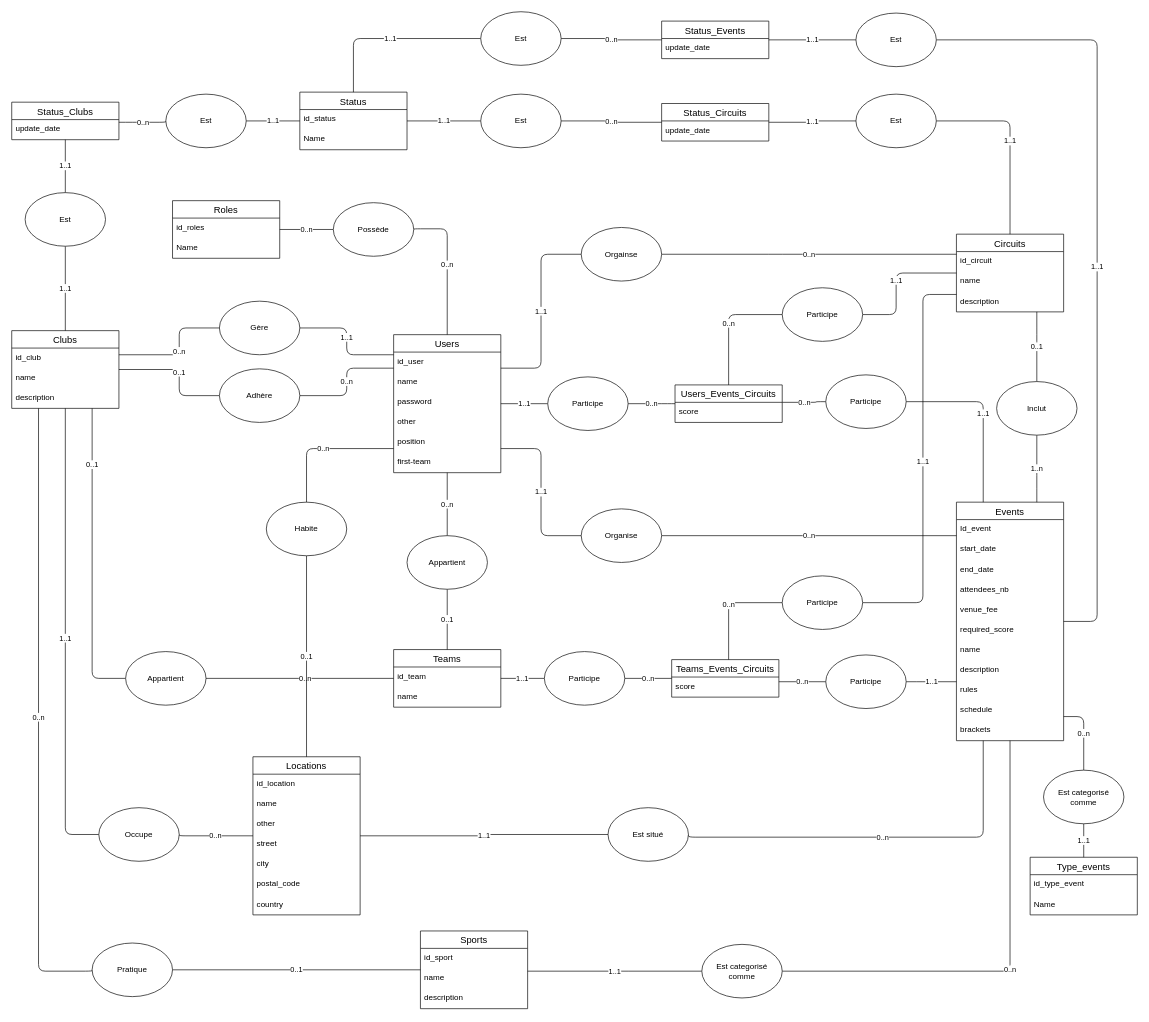
The draw.io diagram BaseDeDonnees/MCD.drawio in Naugustynowicz/Fighting_scheduler_conception, before the edit. Source tidied: cells renumbered, new cells numbered last; positions are measured from the earlier drawing's top-left corner, leaving out a move shared by most shapes. Both pictures are drawn from the tidied source at 67%, with x=0, y=0 at pixel (11, 11).
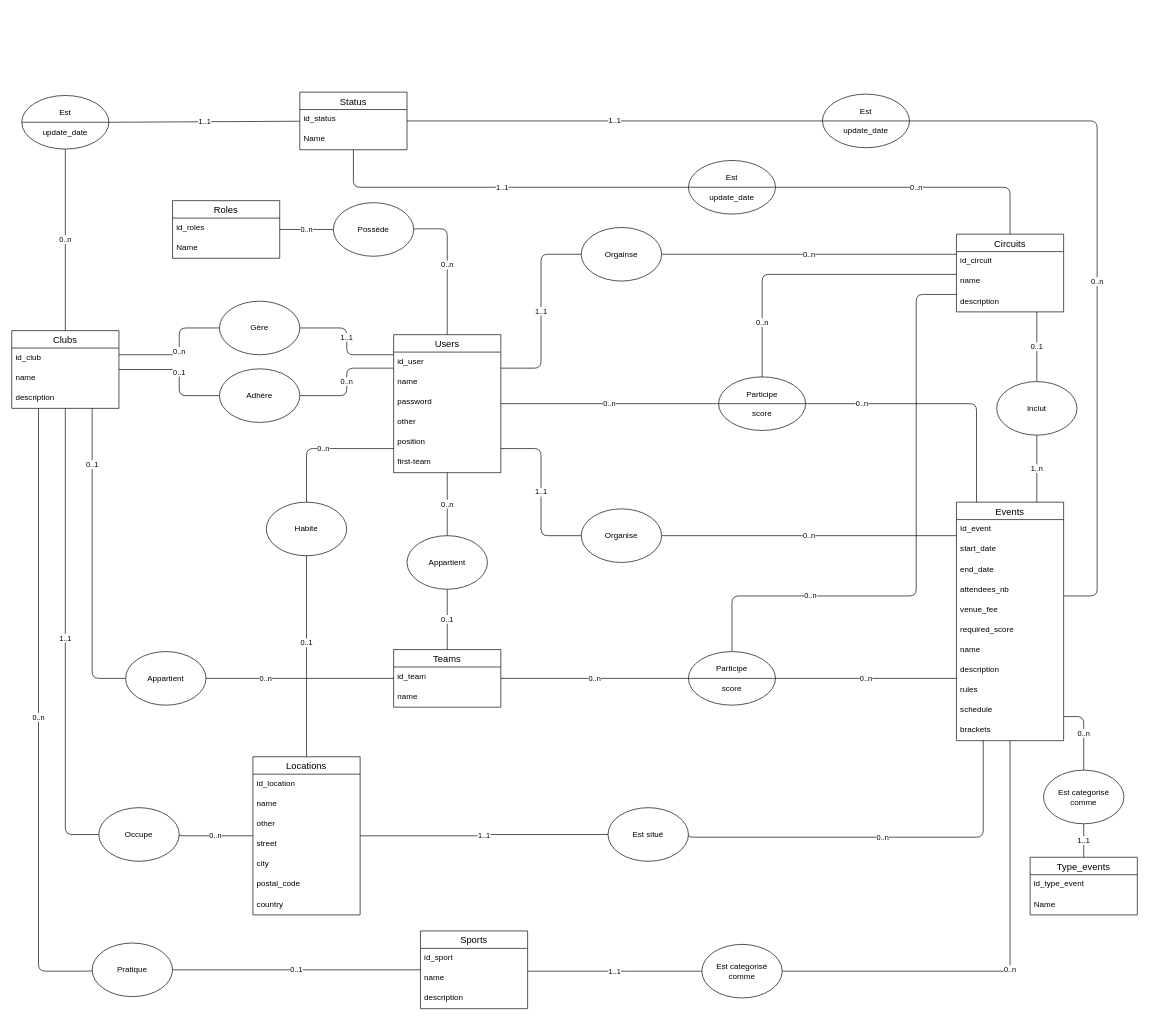
Above is the later version.

The change refers to these unchanged cells:
```xml
<mxCell id="2" value="Events" style="swimlane;fontStyle=0;horizontal=1;startSize=26;align=center;fontSize=14;" parent="1" vertex="1">
  <mxGeometry x="1410" y="732" width="160" height="356" as="geometry" />
</mxCell>
<mxCell id="14" value="Circuits" style="swimlane;fontStyle=0;horizontal=1;startSize=26;align=center;fontSize=14;" parent="1" vertex="1">
  <mxGeometry x="1410" y="332" width="160" height="116" as="geometry" />
</mxCell>
<mxCell id="18" value="Users" style="swimlane;fontStyle=0;horizontal=1;startSize=26;align=center;fontSize=14;" parent="1" vertex="1">
  <mxGeometry x="570" y="482" width="160" height="206" as="geometry" />
</mxCell>
<mxCell id="25" value="Clubs" style="swimlane;fontStyle=0;horizontal=1;startSize=26;align=center;fontSize=14;" parent="1" vertex="1">
  <mxGeometry y="476" width="160" height="116" as="geometry" />
</mxCell>
<mxCell id="29" value="Teams" style="swimlane;fontStyle=0;horizontal=1;startSize=26;align=center;fontSize=14;" parent="1" vertex="1">
  <mxGeometry x="570" y="952" width="160" height="86" as="geometry" />
</mxCell>
<mxCell id="32" value="Locations" style="swimlane;fontStyle=0;horizontal=1;startSize=26;align=center;fontSize=14;" parent="1" vertex="1">
  <mxGeometry x="360" y="1112" width="160" height="236" as="geometry" />
</mxCell>
<mxCell id="44" value="Status" style="swimlane;fontStyle=0;horizontal=1;startSize=26;align=center;fontSize=14;" parent="1" vertex="1">
  <mxGeometry x="430" y="120" width="160" height="86" as="geometry" />
</mxCell>
<mxCell id="65" value="Appartient" style="ellipse;whiteSpace=wrap;html=1;" parent="1" vertex="1">
  <mxGeometry x="170" y="955" width="120" height="80" as="geometry" />
</mxCell>
<mxCell id="131" value="Habite" style="ellipse;whiteSpace=wrap;html=1;" parent="1" vertex="1">
  <mxGeometry x="380" y="732" width="120" height="80" as="geometry" />
</mxCell>
```

What changed in the source:
```diff
@@
+    <mxCell id="141" value="0..n" style="edgeStyle=none;html=1;exitX=0.5;exitY=0;exitDx=0;exitDy=0;entryX=0.5;entryY=1;entryDx=0;entryDy=0;endArrow=none;endFill=0;" parent="1" edge="1" source="25" target="143">
+      <mxGeometry relative="1" as="geometry" />
+    </mxCell>
@@
-    <mxCell id="50" value="Users_Events_Circuits" style="swimlane;fontStyle=0;horizontal=1;startSize=26;align=center;fontSize=14;" parent="1" vertex="1">
-      <mxGeometry x="990" y="557" width="160" height="56" as="geometry" />
-    </mxCell>
-    <mxCell id="51" value="score" style="text;strokeColor=none;fillColor=none;spacingLeft=4;spacingRight=4;overflow=hidden;fontSize=12;" parent="50" vertex="1">
-      <mxGeometry y="26" width="160" height="30" as="geometry" />
-    </mxCell>
-    <mxCell id="52" value="Teams_Events_Circuits" style="swimlane;fontStyle=0;horizontal=1;startSize=26;align=center;fontSize=14;" parent="1" vertex="1">
-      <mxGeometry x="985" y="967" width="160" height="56" as="geometry" />
-    </mxCell>
-    <mxCell id="53" value="score" style="text;strokeColor=none;fillColor=none;spacingLeft=4;spacingRight=4;overflow=hidden;fontSize=12;" parent="52" vertex="1">
-      <mxGeometry y="26" width="160" height="30" as="geometry" />
-    </mxCell>
-    <mxCell id="54" value="Status_Events" style="swimlane;fontStyle=0;horizontal=1;startSize=26;align=center;fontSize=14;" parent="1" vertex="1">
-      <mxGeometry x="970" y="14" width="160" height="56" as="geometry" />
-    </mxCell>
-    <mxCell id="55" value="update_date" style="text;strokeColor=none;fillColor=none;spacingLeft=4;spacingRight=4;overflow=hidden;fontSize=12;" parent="54" vertex="1">
-      <mxGeometry y="26" width="160" height="30" as="geometry" />
-    </mxCell>
@@
-    <mxCell id="59" value="Status_Circuits" style="swimlane;fontStyle=0;horizontal=1;startSize=26;align=center;fontSize=14;" parent="1" vertex="1">
-      <mxGeometry x="970" y="137" width="160" height="56" as="geometry" />
-    </mxCell>
-    <mxCell id="60" value="update_date" style="text;strokeColor=none;fillColor=none;spacingLeft=4;spacingRight=4;overflow=hidden;fontSize=12;" parent="59" vertex="1">
-      <mxGeometry y="26" width="160" height="30" as="geometry" />
-    </mxCell>
-    <mxCell id="61" value="Status_Clubs" style="swimlane;fontStyle=0;horizontal=1;startSize=26;align=center;fontSize=14;" parent="1" vertex="1">
-      <mxGeometry y="135" width="160" height="56" as="geometry" />
-    </mxCell>
-    <mxCell id="62" value="update_date" style="text;strokeColor=none;fillColor=none;spacingLeft=4;spacingRight=4;overflow=hidden;fontSize=12;" parent="61" vertex="1">
-      <mxGeometry y="26" width="160" height="30" as="geometry" />
-    </mxCell>
     <mxCell id="63" value="0..n" style="edgeStyle=orthogonalEdgeStyle;html=1;exitX=1;exitY=0.5;exitDx=0;exitDy=0;startArrow=none;startFill=0;endArrow=none;endFill=0;startSize=10;endSize=10;" parent="1" edge="1" source="65" target="29">
-      <mxGeometry x="0.06" relative="1" as="geometry" />
+      <mxGeometry x="-0.36" relative="1" as="geometry">
+        <mxPoint x="-1" as="offset" />
+      </mxGeometry>
     </mxCell>
@@
-    <mxCell id="72" value="1..1" style="edgeStyle=orthogonalEdgeStyle;html=1;exitX=0.5;exitY=0;exitDx=0;exitDy=0;startArrow=none;startFill=0;endArrow=none;endFill=0;startSize=10;endSize=10;" parent="1" edge="1" source="74" target="61">
-      <mxGeometry relative="1" as="geometry" />
-    </mxCell>
-    <mxCell id="73" value="1..1" style="edgeStyle=orthogonalEdgeStyle;html=1;exitX=0.5;exitY=1;exitDx=0;exitDy=0;startArrow=none;startFill=0;endArrow=none;endFill=0;startSize=10;endSize=10;" parent="1" edge="1" source="74" target="25">
-      <mxGeometry relative="1" as="geometry" />
-    </mxCell>
-    <mxCell id="74" value="Est" style="ellipse;whiteSpace=wrap;html=1;" parent="1" vertex="1">
-      <mxGeometry x="20" y="270" width="120" height="80" as="geometry" />
-    </mxCell>
-    <mxCell id="75" value="0..n" style="edgeStyle=orthogonalEdgeStyle;html=1;exitX=0;exitY=0.5;exitDx=0;exitDy=0;startArrow=none;startFill=0;endArrow=none;endFill=0;startSize=10;endSize=10;" parent="1" edge="1" source="77" target="61">
-      <mxGeometry relative="1" as="geometry">
-        <Array as="points">
-          <mxPoint x="180" y="165" />
-          <mxPoint x="180" y="165" />
-        </Array>
-      </mxGeometry>
-    </mxCell>
-    <mxCell id="76" value="1..1" style="edgeStyle=orthogonalEdgeStyle;html=1;startArrow=none;startFill=0;endArrow=none;endFill=0;startSize=10;endSize=10;" parent="1" edge="1" source="77" target="44">
-      <mxGeometry relative="1" as="geometry" />
-    </mxCell>
-    <mxCell id="77" value="Est" style="ellipse;whiteSpace=wrap;html=1;" parent="1" vertex="1">
-      <mxGeometry x="230" y="123" width="120" height="80" as="geometry" />
-    </mxCell>
-    <mxCell id="78" value="1..1" style="edgeStyle=orthogonalEdgeStyle;html=1;exitX=0;exitY=0.5;exitDx=0;exitDy=0;startArrow=none;startFill=0;endArrow=none;endFill=0;startSize=10;endSize=10;" parent="1" edge="1" source="80" target="44">
-      <mxGeometry relative="1" as="geometry" />
-    </mxCell>
-    <mxCell id="79" value="0..n" style="edgeStyle=orthogonalEdgeStyle;html=1;exitX=1;exitY=0.5;exitDx=0;exitDy=0;startArrow=none;startFill=0;endArrow=none;endFill=0;startSize=10;endSize=10;" parent="1" edge="1" source="80" target="54">
-      <mxGeometry relative="1" as="geometry" />
-    </mxCell>
-    <mxCell id="80" value="Est" style="ellipse;whiteSpace=wrap;html=1;" parent="1" vertex="1">
-      <mxGeometry x="700" width="120" height="80" as="geometry" />
-    </mxCell>
-    <mxCell id="81" value="1..1" style="edgeStyle=orthogonalEdgeStyle;html=1;exitX=0;exitY=0.5;exitDx=0;exitDy=0;startArrow=none;startFill=0;endArrow=none;endFill=0;startSize=10;endSize=10;" parent="1" edge="1" source="83" target="44">
-      <mxGeometry relative="1" as="geometry" />
-    </mxCell>
-    <mxCell id="82" value="0..n" style="edgeStyle=orthogonalEdgeStyle;html=1;exitX=1;exitY=0.5;exitDx=0;exitDy=0;startArrow=none;startFill=0;endArrow=none;endFill=0;startSize=10;endSize=10;" parent="1" edge="1" source="83" target="59">
-      <mxGeometry relative="1" as="geometry" />
-    </mxCell>
-    <mxCell id="83" value="Est" style="ellipse;whiteSpace=wrap;html=1;" parent="1" vertex="1">
-      <mxGeometry x="700" y="123" width="120" height="80" as="geometry" />
-    </mxCell>
-    <mxCell id="84" value="1..1" style="edgeStyle=orthogonalEdgeStyle;html=1;exitX=0;exitY=0.5;exitDx=0;exitDy=0;startArrow=none;startFill=0;endArrow=none;endFill=0;startSize=10;endSize=10;" parent="1" edge="1" source="86" target="59">
-      <mxGeometry relative="1" as="geometry" />
-    </mxCell>
-    <mxCell id="85" value="1..1" style="edgeStyle=orthogonalEdgeStyle;html=1;exitX=1;exitY=0.5;exitDx=0;exitDy=0;startArrow=none;startFill=0;endArrow=none;endFill=0;startSize=10;endSize=10;" parent="1" edge="1" source="86" target="14">
-      <mxGeometry relative="1" as="geometry">
-        <Array as="points">
-          <mxPoint x="1490" y="163" />
-        </Array>
-      </mxGeometry>
-    </mxCell>
-    <mxCell id="86" value="Est" style="ellipse;whiteSpace=wrap;html=1;" parent="1" vertex="1">
-      <mxGeometry x="1260" y="123" width="120" height="80" as="geometry" />
-    </mxCell>
-    <mxCell id="87" value="1..1" style="edgeStyle=orthogonalEdgeStyle;html=1;exitX=0;exitY=0.5;exitDx=0;exitDy=0;startArrow=none;startFill=0;endArrow=none;endFill=0;startSize=10;endSize=10;" parent="1" edge="1" source="89" target="54">
-      <mxGeometry relative="1" as="geometry" />
-    </mxCell>
-    <mxCell id="88" value="1..1" style="edgeStyle=orthogonalEdgeStyle;html=1;exitX=1;exitY=0.5;exitDx=0;exitDy=0;startArrow=none;startFill=0;endArrow=none;endFill=0;startSize=10;endSize=10;" parent="1" edge="1" source="89" target="2">
-      <mxGeometry relative="1" as="geometry">
-        <Array as="points">
-          <mxPoint x="1620" y="42" />
-          <mxPoint x="1620" y="910" />
-        </Array>
-      </mxGeometry>
-    </mxCell>
-    <mxCell id="89" value="Est" style="ellipse;whiteSpace=wrap;html=1;" parent="1" vertex="1">
-      <mxGeometry x="1260" y="2" width="120" height="80" as="geometry" />
-    </mxCell>
@@
-    <mxCell id="105" value="0..n" style="edgeStyle=orthogonalEdgeStyle;html=1;exitX=0;exitY=0.5;exitDx=0;exitDy=0;startArrow=none;startFill=0;endArrow=none;endFill=0;startSize=10;endSize=10;" parent="1" edge="1" source="107" target="52">
-      <mxGeometry relative="1" as="geometry">
-        <Array as="points">
-          <mxPoint x="1125" y="1000" />
-          <mxPoint x="1125" y="1000" />
-        </Array>
-      </mxGeometry>
-    </mxCell>
-    <mxCell id="106" value="1..1" style="edgeStyle=orthogonalEdgeStyle;html=1;exitX=1;exitY=0.5;exitDx=0;exitDy=0;startArrow=none;startFill=0;endArrow=none;endFill=0;startSize=10;endSize=10;" parent="1" edge="1" source="107" target="2">
-      <mxGeometry relative="1" as="geometry">
-        <Array as="points">
-          <mxPoint x="1360" y="1000" />
-          <mxPoint x="1360" y="1000" />
-        </Array>
-      </mxGeometry>
-    </mxCell>
-    <mxCell id="107" value="Participe" style="ellipse;whiteSpace=wrap;html=1;" parent="1" vertex="1">
-      <mxGeometry x="1215" y="960" width="120" height="80" as="geometry" />
-    </mxCell>
@@
-    <mxCell id="114" value="0..n" style="edgeStyle=orthogonalEdgeStyle;html=1;exitX=0;exitY=0.5;exitDx=0;exitDy=0;startArrow=none;startFill=0;endArrow=none;endFill=0;startSize=10;endSize=10;" parent="1" edge="1" source="116" target="50">
-      <mxGeometry relative="1" as="geometry">
-        <Array as="points">
-          <mxPoint x="1200" y="583" />
-        </Array>
-      </mxGeometry>
-    </mxCell>
-    <mxCell id="115" value="1..1" style="edgeStyle=orthogonalEdgeStyle;html=1;exitX=1;exitY=0.5;exitDx=0;exitDy=0;startArrow=none;startFill=0;endArrow=none;endFill=0;startSize=10;endSize=10;" parent="1" edge="1" source="116" target="2">
-      <mxGeometry relative="1" as="geometry">
-        <Array as="points">
-          <mxPoint x="1450" y="582" />
-        </Array>
-      </mxGeometry>
-    </mxCell>
-    <mxCell id="116" value="Participe" style="ellipse;whiteSpace=wrap;html=1;" parent="1" vertex="1">
-      <mxGeometry x="1215" y="542" width="120" height="80" as="geometry" />
-    </mxCell>
-    <mxCell id="117" value="1..1" style="edgeStyle=orthogonalEdgeStyle;html=1;exitX=0;exitY=0.5;exitDx=0;exitDy=0;startArrow=none;startFill=0;endArrow=none;endFill=0;startSize=10;endSize=10;" parent="1" edge="1" source="119" target="18">
-      <mxGeometry relative="1" as="geometry">
-        <Array as="points">
-          <mxPoint x="780" y="585" />
-          <mxPoint x="780" y="585" />
-        </Array>
-      </mxGeometry>
-    </mxCell>
-    <mxCell id="118" value="0..n" style="edgeStyle=orthogonalEdgeStyle;html=1;startArrow=none;startFill=0;endArrow=none;endFill=0;startSize=10;endSize=10;" parent="1" edge="1" source="119" target="50">
-      <mxGeometry relative="1" as="geometry">
-        <Array as="points">
-          <mxPoint x="980" y="585" />
-          <mxPoint x="980" y="585" />
-        </Array>
-      </mxGeometry>
-    </mxCell>
-    <mxCell id="119" value="Participe" style="ellipse;whiteSpace=wrap;html=1;" parent="1" vertex="1">
-      <mxGeometry x="800" y="545" width="120" height="80" as="geometry" />
-    </mxCell>
-    <mxCell id="120" value="1..1" style="edgeStyle=orthogonalEdgeStyle;html=1;exitX=1;exitY=0.5;exitDx=0;exitDy=0;startArrow=none;startFill=0;endArrow=none;endFill=0;startSize=10;endSize=10;" parent="1" edge="1" source="122" target="14">
-      <mxGeometry relative="1" as="geometry">
-        <Array as="points">
-          <mxPoint x="1320" y="452" />
-          <mxPoint x="1320" y="390" />
-        </Array>
-      </mxGeometry>
-    </mxCell>
-    <mxCell id="121" value="0..n" style="edgeStyle=orthogonalEdgeStyle;html=1;exitX=0;exitY=0.5;exitDx=0;exitDy=0;startArrow=none;startFill=0;endArrow=none;endFill=0;startSize=10;endSize=10;" parent="1" edge="1" source="122" target="50">
-      <mxGeometry relative="1" as="geometry" />
-    </mxCell>
-    <mxCell id="122" value="Participe" style="ellipse;whiteSpace=wrap;html=1;" parent="1" vertex="1">
-      <mxGeometry x="1150" y="412" width="120" height="80" as="geometry" />
-    </mxCell>
-    <mxCell id="123" value="0..n" style="edgeStyle=orthogonalEdgeStyle;html=1;startArrow=none;startFill=0;endArrow=none;endFill=0;startSize=10;endSize=10;" parent="1" edge="1" source="125" target="52">
-      <mxGeometry relative="1" as="geometry">
-        <Array as="points">
-          <mxPoint x="1070" y="882" />
-        </Array>
-      </mxGeometry>
-    </mxCell>
-    <mxCell id="124" value="1..1" style="edgeStyle=orthogonalEdgeStyle;html=1;startArrow=none;startFill=0;endArrow=none;endFill=0;startSize=10;endSize=10;" parent="1" edge="1" source="125" target="14">
-      <mxGeometry relative="1" as="geometry">
-        <Array as="points">
-          <mxPoint x="1360" y="882" />
-          <mxPoint x="1360" y="422" />
-        </Array>
-      </mxGeometry>
-    </mxCell>
-    <mxCell id="125" value="Participe" style="ellipse;whiteSpace=wrap;html=1;" parent="1" vertex="1">
-      <mxGeometry x="1150" y="842" width="120" height="80" as="geometry" />
-    </mxCell>
-    <mxCell id="126" value="1..1" style="edgeStyle=orthogonalEdgeStyle;html=1;exitX=0;exitY=0.5;exitDx=0;exitDy=0;startArrow=none;startFill=0;endArrow=none;endFill=0;startSize=10;endSize=10;" parent="1" edge="1" source="128" target="29">
-      <mxGeometry relative="1" as="geometry" />
-    </mxCell>
-    <mxCell id="127" value="0..n" style="edgeStyle=orthogonalEdgeStyle;html=1;exitX=1;exitY=0.5;exitDx=0;exitDy=0;startArrow=none;startFill=0;endArrow=none;endFill=0;startSize=10;endSize=10;" parent="1" edge="1" source="128" target="52">
-      <mxGeometry relative="1" as="geometry" />
-    </mxCell>
-    <mxCell id="128" value="Participe" style="ellipse;whiteSpace=wrap;html=1;" parent="1" vertex="1">
-      <mxGeometry x="795" y="955" width="120" height="80" as="geometry" />
-    </mxCell>
@@
     <mxCell id="130" value="0..1" style="edgeStyle=orthogonalEdgeStyle;html=1;exitX=0.5;exitY=1;exitDx=0;exitDy=0;startArrow=none;startFill=0;endArrow=none;endFill=0;startSize=10;endSize=10;" parent="1" edge="1" source="131" target="32">
-      <mxGeometry relative="1" as="geometry" />
+      <mxGeometry x="-0.13" relative="1" as="geometry">
+        <mxPoint y="-1" as="offset" />
+      </mxGeometry>
     </mxCell>
@@
+    <mxCell id="142" value="1..1" style="edgeStyle=none;html=1;exitX=1;exitY=0.5;exitDx=0;exitDy=0;endArrow=none;endFill=0;" parent="1" edge="1" source="143" target="44">
+      <mxGeometry relative="1" as="geometry" />
+    </mxCell>
+    <mxCell id="143" value="Est&lt;div&gt;&lt;br&gt;&lt;/div&gt;&lt;div&gt;update_date&lt;/div&gt;" style="shape=lineEllipse;perimeter=ellipsePerimeter;whiteSpace=wrap;html=1;backgroundOutline=1;" parent="1" vertex="1">
+      <mxGeometry x="15" y="125" width="130" height="80" as="geometry" />
+    </mxCell>
+    <mxCell id="144" value="1..1" style="edgeStyle=orthogonalEdgeStyle;html=1;exitX=0;exitY=0.5;exitDx=0;exitDy=0;endArrow=none;endFill=0;" parent="1" edge="1" source="146" target="44">
+      <mxGeometry relative="1" as="geometry" />
+    </mxCell>
+    <mxCell id="145" value="0..n" style="edgeStyle=orthogonalEdgeStyle;html=1;exitX=1;exitY=0.5;exitDx=0;exitDy=0;endArrow=none;endFill=0;" parent="1" edge="1" source="146" target="14">
+      <mxGeometry relative="1" as="geometry" />
+    </mxCell>
+    <mxCell id="146" value="Est&lt;div&gt;&lt;br&gt;&lt;/div&gt;&lt;div&gt;update_date&lt;/div&gt;" style="shape=lineEllipse;perimeter=ellipsePerimeter;whiteSpace=wrap;html=1;backgroundOutline=1;" parent="1" vertex="1">
+      <mxGeometry x="1010" y="222" width="130" height="80" as="geometry" />
+    </mxCell>
+    <mxCell id="147" value="0..n" style="edgeStyle=orthogonalEdgeStyle;html=1;exitX=1;exitY=0.5;exitDx=0;exitDy=0;endArrow=none;endFill=0;" parent="1" edge="1" source="149" target="2">
+      <mxGeometry relative="1" as="geometry">
+        <Array as="points">
+          <mxPoint x="1620" y="163" />
+          <mxPoint x="1620" y="872" />
+        </Array>
+      </mxGeometry>
+    </mxCell>
+    <mxCell id="148" value="1..1" style="edgeStyle=orthogonalEdgeStyle;html=1;exitX=0;exitY=0.5;exitDx=0;exitDy=0;endArrow=none;endFill=0;" parent="1" edge="1" source="149" target="44">
+      <mxGeometry relative="1" as="geometry">
+        <Array as="points">
+          <mxPoint x="1110" y="163" />
+          <mxPoint x="1110" y="163" />
+        </Array>
+      </mxGeometry>
+    </mxCell>
+    <mxCell id="149" value="Est&lt;div&gt;&lt;br&gt;&lt;/div&gt;&lt;div&gt;update_date&lt;/div&gt;" style="shape=lineEllipse;perimeter=ellipsePerimeter;whiteSpace=wrap;html=1;backgroundOutline=1;" parent="1" vertex="1">
+      <mxGeometry x="1210" y="123" width="130" height="80" as="geometry" />
+    </mxCell>
+    <mxCell id="150" value="0..n" style="edgeStyle=orthogonalEdgeStyle;html=1;exitX=0;exitY=0.5;exitDx=0;exitDy=0;endArrow=none;endFill=0;" parent="1" edge="1" source="153" target="18">
+      <mxGeometry relative="1" as="geometry" />
+    </mxCell>
+    <mxCell id="151" value="0..n" style="edgeStyle=orthogonalEdgeStyle;html=1;exitX=0.5;exitY=0;exitDx=0;exitDy=0;endArrow=none;endFill=0;" parent="1" edge="1" source="153" target="14">
+      <mxGeometry x="-0.63" relative="1" as="geometry">
+        <Array as="points">
+          <mxPoint x="1120" y="392" />
+        </Array>
+        <mxPoint y="1" as="offset" />
+      </mxGeometry>
+    </mxCell>
+    <mxCell id="152" value="0..n" style="edgeStyle=orthogonalEdgeStyle;html=1;exitX=1;exitY=0.5;exitDx=0;exitDy=0;endArrow=none;endFill=0;" parent="1" edge="1" source="153" target="2">
+      <mxGeometry x="-0.58" relative="1" as="geometry">
+        <Array as="points">
+          <mxPoint x="1440" y="585" />
+        </Array>
+      </mxGeometry>
+    </mxCell>
+    <mxCell id="153" value="&lt;div&gt;Participe&lt;/div&gt;&lt;div&gt;&lt;br&gt;&lt;/div&gt;&lt;div&gt;score&lt;/div&gt;" style="shape=lineEllipse;perimeter=ellipsePerimeter;whiteSpace=wrap;html=1;backgroundOutline=1;" parent="1" vertex="1">
+      <mxGeometry x="1055" y="545" width="130" height="80" as="geometry" />
+    </mxCell>
+    <mxCell id="154" value="0..n" style="edgeStyle=none;html=1;exitX=0;exitY=0.5;exitDx=0;exitDy=0;endArrow=none;endFill=0;" parent="1" edge="1" source="157" target="29">
+      <mxGeometry relative="1" as="geometry" />
+    </mxCell>
+    <mxCell id="155" value="0..n" style="edgeStyle=orthogonalEdgeStyle;html=1;exitX=1;exitY=0.5;exitDx=0;exitDy=0;endArrow=none;endFill=0;" parent="1" edge="1" source="157" target="2">
+      <mxGeometry relative="1" as="geometry">
+        <Array as="points">
+          <mxPoint x="1270" y="995" />
+          <mxPoint x="1270" y="995" />
+        </Array>
+      </mxGeometry>
+    </mxCell>
+    <mxCell id="156" value="0..n" style="edgeStyle=orthogonalEdgeStyle;html=1;exitX=0.5;exitY=0;exitDx=0;exitDy=0;endArrow=none;endFill=0;" parent="1" edge="1" source="157" target="14">
+      <mxGeometry x="-0.54" relative="1" as="geometry">
+        <Array as="points">
+          <mxPoint x="1075" y="872" />
+          <mxPoint x="1350" y="872" />
+          <mxPoint x="1350" y="422" />
+        </Array>
+      </mxGeometry>
+    </mxCell>
+    <mxCell id="157" value="&lt;div&gt;Participe&lt;/div&gt;&lt;div&gt;&lt;br&gt;&lt;/div&gt;&lt;div&gt;score&lt;/div&gt;" style="shape=lineEllipse;perimeter=ellipsePerimeter;whiteSpace=wrap;html=1;backgroundOutline=1;" parent="1" vertex="1">
+      <mxGeometry x="1010" y="955" width="130" height="80" as="geometry" />
+    </mxCell>
```
